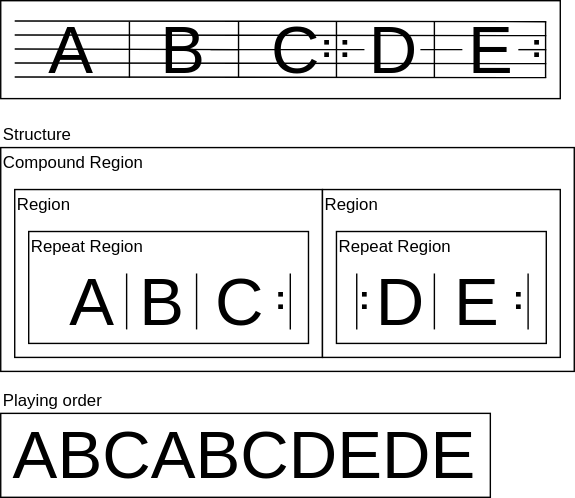
The draw.io diagram docs/repeat/example05.drawio.svg in ruimo/klavier-core, before a commit. Source tidied: cells renumbered, new cells last; positions are measured from the earlier drawing's top-left corner, leaving out a move shared by most shapes.
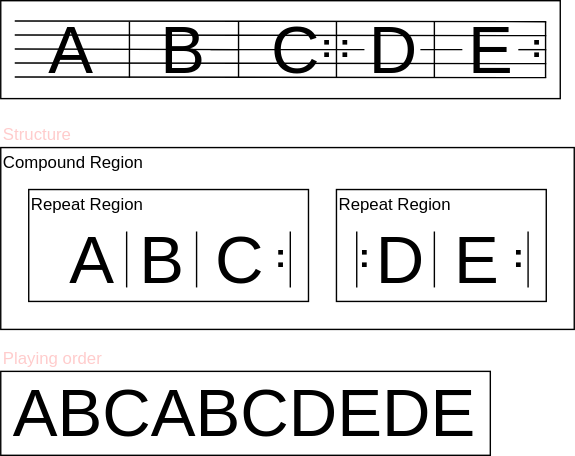
The same file after the commit.

Diff of the diagram source:
```diff
@@ -3,82 +3,76 @@
     <mxCell id="0" />
     <mxCell id="1" parent="0" />
     <mxCell id="2" style="rounded=0;whiteSpace=wrap;html=1;" parent="1" vertex="1">
-      <mxGeometry y="105" width="410" height="160" as="geometry" />
+      <mxGeometry y="135" width="410" height="130" as="geometry" />
     </mxCell>
     <mxCell id="3" style="rounded=0;whiteSpace=wrap;html=1;" parent="1" vertex="1">
-      <mxGeometry width="400" height="70" as="geometry" />
+      <mxGeometry y="30" width="400" height="70" as="geometry" />
     </mxCell>
     <mxCell id="4" style="endArrow=none;html=1;" parent="1" edge="1">
       <mxGeometry relative="1" as="geometry">
-        <mxPoint x="10" y="14.5" as="sourcePoint" />
-        <mxPoint x="390" y="15" as="targetPoint" />
+        <mxPoint x="10" y="44.5" as="sourcePoint" />
+        <mxPoint x="390" y="45" as="targetPoint" />
       </mxGeometry>
     </mxCell>
     <mxCell id="5" style="endArrow=none;html=1;" parent="1" edge="1">
       <mxGeometry relative="1" as="geometry">
-        <mxPoint x="10" y="24.5" as="sourcePoint" />
-        <mxPoint x="390" y="25" as="targetPoint" />
+        <mxPoint x="10" y="54.5" as="sourcePoint" />
+        <mxPoint x="390" y="55" as="targetPoint" />
       </mxGeometry>
     </mxCell>
     <mxCell id="6" style="endArrow=none;html=1;" parent="1" edge="1" source="31">
       <mxGeometry relative="1" as="geometry">
-        <mxPoint x="390" y="35" as="targetPoint" />
+        <mxPoint x="390" y="65" as="targetPoint" />
       </mxGeometry>
     </mxCell>
     <mxCell id="7" style="endArrow=none;html=1;" parent="1" edge="1">
       <mxGeometry relative="1" as="geometry">
-        <mxPoint x="10" y="44.5" as="sourcePoint" />
-        <mxPoint x="390" y="45" as="targetPoint" />
+        <mxPoint x="10" y="74.5" as="sourcePoint" />
+        <mxPoint x="390" y="75" as="targetPoint" />
       </mxGeometry>
     </mxCell>
     <mxCell id="8" style="endArrow=none;html=1;" parent="1" edge="1">
       <mxGeometry relative="1" as="geometry">
-        <mxPoint x="10" y="54.5" as="sourcePoint" />
-        <mxPoint x="390" y="55" as="targetPoint" />
+        <mxPoint x="10" y="84.5" as="sourcePoint" />
+        <mxPoint x="390" y="85" as="targetPoint" />
       </mxGeometry>
     </mxCell>
     <mxCell id="9" value="&lt;font style=&quot;font-size: 48px&quot;&gt;A&lt;/font&gt;" style="text;html=1;strokeColor=none;fillColor=none;align=center;verticalAlign=middle;whiteSpace=wrap;rounded=0;" parent="1" vertex="1">
-      <mxGeometry x="30" y="25" width="40" height="20" as="geometry" />
+      <mxGeometry x="30" y="55" width="40" height="20" as="geometry" />
     </mxCell>
     <mxCell id="10" style="endArrow=none;html=1;" parent="1" edge="1">
       <mxGeometry relative="1" as="geometry">
-        <mxPoint x="10" y="34.5" as="sourcePoint" />
-        <mxPoint x="170" y="35" as="targetPoint" />
+        <mxPoint x="10" y="64.5" as="sourcePoint" />
+        <mxPoint x="170" y="65" as="targetPoint" />
       </mxGeometry>
     </mxCell>
     <mxCell id="11" style="endArrow=none;html=1;" parent="1" edge="1">
       <mxGeometry relative="1" as="geometry">
-        <mxPoint x="170" y="55" as="sourcePoint" />
-        <mxPoint x="170" y="15" as="targetPoint" />
+        <mxPoint x="170" y="85" as="sourcePoint" />
+        <mxPoint x="170" y="45" as="targetPoint" />
       </mxGeometry>
     </mxCell>
     <mxCell id="12" value="&lt;font style=&quot;font-size: 48px&quot;&gt;B&lt;/font&gt;" style="text;html=1;strokeColor=none;fillColor=none;align=center;verticalAlign=middle;whiteSpace=wrap;rounded=0;" parent="1" vertex="1">
-      <mxGeometry x="110" y="25" width="40" height="20" as="geometry" />
+      <mxGeometry x="110" y="55" width="40" height="20" as="geometry" />
     </mxCell>
     <mxCell id="13" value="Compound Region" style="text;html=1;strokeColor=none;fillColor=none;align=left;verticalAlign=middle;whiteSpace=wrap;rounded=0;" parent="1" vertex="1">
-      <mxGeometry y="105" width="200" height="20" as="geometry" />
+      <mxGeometry y="135" width="200" height="20" as="geometry" />
     </mxCell>
     <mxCell id="14" value="&lt;font style=&quot;font-size: 48px&quot;&gt;C&lt;/font&gt;" style="text;html=1;strokeColor=none;fillColor=none;align=center;verticalAlign=middle;whiteSpace=wrap;rounded=0;" parent="1" vertex="1">
-      <mxGeometry x="190" y="25" width="40" height="20" as="geometry" />
+      <mxGeometry x="190" y="55" width="40" height="20" as="geometry" />
     </mxCell>
     <mxCell id="15" style="endArrow=none;html=1;" parent="1" edge="1">
       <mxGeometry relative="1" as="geometry">
-        <mxPoint x="310" y="55" as="sourcePoint" />
-        <mxPoint x="310" y="15" as="targetPoint" />
+        <mxPoint x="310" y="85" as="sourcePoint" />
+        <mxPoint x="310" y="45" as="targetPoint" />
       </mxGeometry>
     </mxCell>
-    <mxCell id="16" style="rounded=0;whiteSpace=wrap;html=1;" parent="1" vertex="1">
-      <mxGeometry x="10" y="135" width="220" height="120" as="geometry" />
-    </mxCell>
     <mxCell id="17" style="rounded=0;whiteSpace=wrap;html=1;" parent="1" vertex="1">
       <mxGeometry x="20" y="165" width="200" height="80" as="geometry" />
     </mxCell>
     <mxCell id="18" value="&lt;font style=&quot;font-size: 48px&quot;&gt;A&lt;/font&gt;" style="text;html=1;strokeColor=none;fillColor=none;align=center;verticalAlign=middle;whiteSpace=wrap;rounded=0;" parent="1" vertex="1">
       <mxGeometry x="45" y="205" width="40" height="20" as="geometry" />
     </mxCell>
-    <mxCell id="19" value="Region" style="text;html=1;strokeColor=none;fillColor=none;align=left;verticalAlign=middle;whiteSpace=wrap;rounded=0;" parent="1" vertex="1">
-      <mxGeometry x="10" y="135" width="150" height="20" as="geometry" />
-    </mxCell>
     <mxCell id="20" value="Repeat Region" style="text;html=1;strokeColor=none;fillColor=none;align=left;verticalAlign=middle;whiteSpace=wrap;rounded=0;" parent="1" vertex="1">
       <mxGeometry x="20" y="165" width="105" height="20" as="geometry" />
     </mxCell>
@@ -92,7 +86,7 @@
       <mxGeometry x="150" y="205" width="40" height="20" as="geometry" />
     </mxCell>
     <mxCell id="23" style="group;" parent="1" vertex="1">
-      <mxGeometry x="213" y="15" width="40" height="40" as="geometry" />
+      <mxGeometry x="213" y="45" width="40" height="40" as="geometry" />
     </mxCell>
     <mxCell id="24" style="group;" parent="23" vertex="1">
       <mxGeometry width="40" height="40" as="geometry" />
@@ -113,19 +107,19 @@
       <mxGeometry y="7" width="40" height="20" as="geometry" />
     </mxCell>
     <mxCell id="29" value="&lt;font style=&quot;font-size: 48px&quot;&gt;D&lt;/font&gt;" style="text;html=1;strokeColor=none;fillColor=none;align=center;verticalAlign=middle;whiteSpace=wrap;rounded=0;" parent="1" vertex="1">
-      <mxGeometry x="260" y="25" width="40" height="20" as="geometry" />
+      <mxGeometry x="260" y="55" width="40" height="20" as="geometry" />
     </mxCell>
     <mxCell id="30" style="endArrow=none;html=1;" parent="1" edge="1" source="12" target="29">
       <mxGeometry relative="1" as="geometry" />
     </mxCell>
     <mxCell id="31" value="&lt;font style=&quot;font-size: 48px&quot;&gt;E&lt;/font&gt;" style="text;html=1;strokeColor=none;fillColor=none;align=center;verticalAlign=middle;whiteSpace=wrap;rounded=0;" parent="1" vertex="1">
-      <mxGeometry x="330" y="25" width="40" height="20" as="geometry" />
+      <mxGeometry x="330" y="55" width="40" height="20" as="geometry" />
     </mxCell>
     <mxCell id="32" style="endArrow=none;html=1;" parent="1" edge="1" source="29" target="31">
       <mxGeometry relative="1" as="geometry" />
     </mxCell>
     <mxCell id="33" style="group;" parent="1" vertex="1">
-      <mxGeometry x="362.5" y="15" width="40" height="40" as="geometry" />
+      <mxGeometry x="362.5" y="45" width="40" height="40" as="geometry" />
     </mxCell>
     <mxCell id="34" style="endArrow=none;html=1;" parent="33" edge="1">
       <mxGeometry relative="1" as="geometry">
@@ -136,18 +130,12 @@
     <mxCell id="35" value="&lt;font style=&quot;font-size: 24px&quot;&gt;&lt;b&gt;:&lt;/b&gt;&lt;/font&gt;" style="text;html=1;strokeColor=none;fillColor=none;align=center;verticalAlign=middle;whiteSpace=wrap;rounded=0;rotation=0;" parent="33" vertex="1">
       <mxGeometry y="7" width="40" height="20" as="geometry" />
     </mxCell>
-    <mxCell id="36" style="rounded=0;whiteSpace=wrap;html=1;" parent="1" vertex="1">
-      <mxGeometry x="230" y="135" width="170" height="120" as="geometry" />
-    </mxCell>
     <mxCell id="37" style="rounded=0;whiteSpace=wrap;html=1;" parent="1" vertex="1">
       <mxGeometry x="240" y="165" width="150" height="80" as="geometry" />
     </mxCell>
     <mxCell id="38" value="&lt;font style=&quot;font-size: 48px&quot;&gt;D&lt;/font&gt;" style="text;html=1;strokeColor=none;fillColor=none;align=center;verticalAlign=middle;whiteSpace=wrap;rounded=0;" parent="1" vertex="1">
       <mxGeometry x="265" y="205" width="40" height="20" as="geometry" />
     </mxCell>
-    <mxCell id="39" value="Region" style="text;html=1;strokeColor=none;fillColor=none;align=left;verticalAlign=middle;whiteSpace=wrap;rounded=0;" parent="1" vertex="1">
-      <mxGeometry x="230" y="135" width="150" height="20" as="geometry" />
-    </mxCell>
     <mxCell id="40" value="Repeat Region" style="text;html=1;strokeColor=none;fillColor=none;align=left;verticalAlign=middle;whiteSpace=wrap;rounded=0;" parent="1" vertex="1">
       <mxGeometry x="240" y="165" width="105" height="20" as="geometry" />
     </mxCell>
@@ -191,12 +179,12 @@
       <mxGeometry y="7" width="40" height="20" as="geometry" />
     </mxCell>
     <mxCell id="51" value="&lt;font style=&quot;font-size: 24px&quot;&gt;&lt;b&gt;:&lt;/b&gt;&lt;/font&gt;" style="text;html=1;strokeColor=none;fillColor=none;align=center;verticalAlign=middle;whiteSpace=wrap;rounded=0;rotation=0;" parent="1" vertex="1">
-      <mxGeometry x="225.5" y="22" width="40" height="20" as="geometry" />
+      <mxGeometry x="225.5" y="52" width="40" height="20" as="geometry" />
     </mxCell>
     <mxCell id="52" style="endArrow=none;html=1;" parent="1" edge="1">
       <mxGeometry relative="1" as="geometry">
-        <mxPoint x="92" y="55" as="sourcePoint" />
-        <mxPoint x="92" y="15" as="targetPoint" />
+        <mxPoint x="92" y="85" as="sourcePoint" />
+        <mxPoint x="92" y="45" as="targetPoint" />
       </mxGeometry>
     </mxCell>
     <mxCell id="53" value="&lt;font style=&quot;font-size: 48px&quot;&gt;B&lt;/font&gt;" style="text;html=1;strokeColor=none;fillColor=none;align=center;verticalAlign=middle;whiteSpace=wrap;rounded=0;" parent="1" vertex="1">
@@ -235,10 +223,10 @@
     <mxCell id="62" value="&lt;font style=&quot;font-size: 48px&quot;&gt;ABCABCDEDE&lt;/font&gt;" style="text;html=1;strokeColor=none;fillColor=none;align=left;verticalAlign=middle;whiteSpace=wrap;rounded=0;" parent="1" vertex="1">
       <mxGeometry x="7" y="315" width="40" height="20" as="geometry" />
     </mxCell>
-    <mxCell id="63" value="Structure" style="text;html=1;strokeColor=none;fillColor=none;align=left;verticalAlign=middle;whiteSpace=wrap;rounded=0;" parent="1" vertex="1">
-      <mxGeometry y="85" width="140" height="20" as="geometry" />
+    <mxCell id="63" value="Structure" style="text;html=1;strokeColor=none;fillColor=none;align=left;verticalAlign=middle;whiteSpace=wrap;rounded=0;fontColor=#FFCCCC;" parent="1" vertex="1">
+      <mxGeometry y="115" width="140" height="20" as="geometry" />
     </mxCell>
-    <mxCell id="64" value="Playing order" style="text;html=1;strokeColor=none;fillColor=none;align=left;verticalAlign=middle;whiteSpace=wrap;rounded=0;" parent="1" vertex="1">
+    <mxCell id="64" value="Playing order" style="text;html=1;strokeColor=none;fillColor=none;align=left;verticalAlign=middle;whiteSpace=wrap;rounded=0;fontColor=#FFCCCC;" parent="1" vertex="1">
       <mxGeometry y="275" width="140" height="20" as="geometry" />
     </mxCell>
   </root>
```
